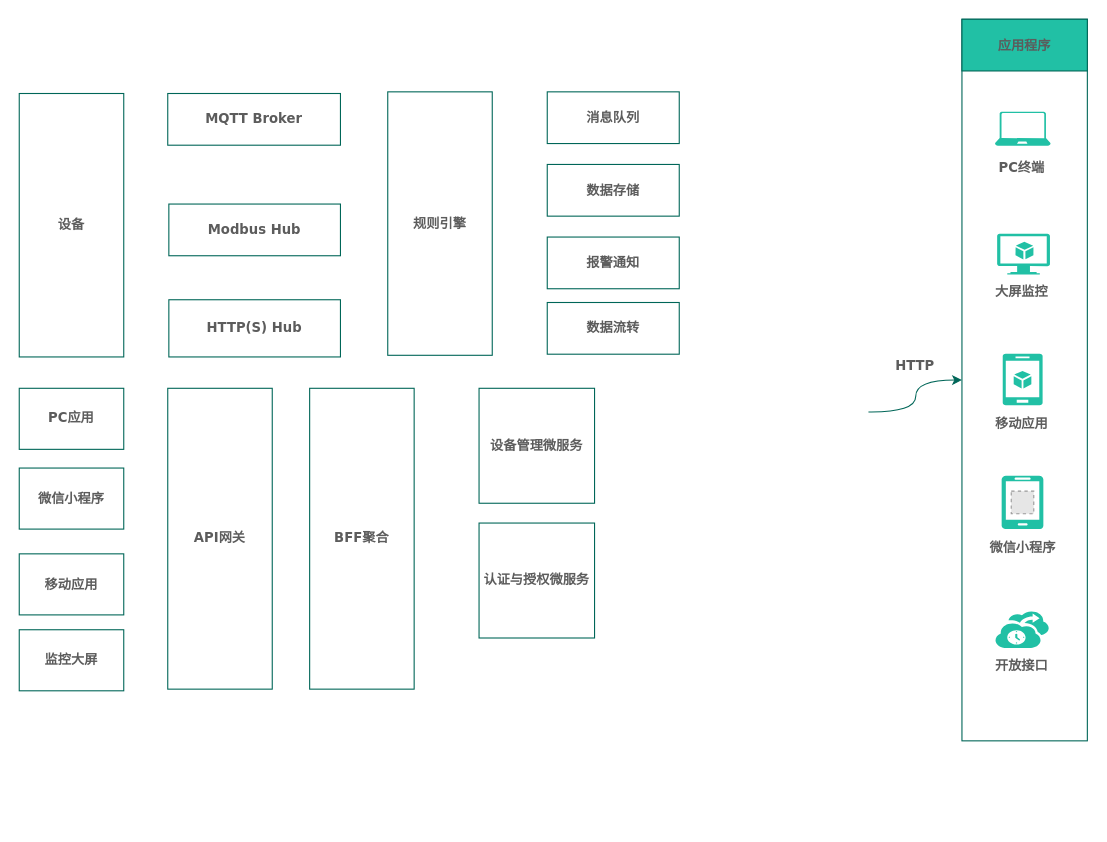
bit365/diagrams keeps this draw.io diagram as page "软件架构图" (2 of 3) of 零度架构.drawio. Above is the earlier version. Source tidied: cells renumbered, new cells numbered last; positions are measured from the earlier drawing's top-left corner, leaving out a move shared by most shapes. Both pictures are drawn from the tidied source at 110%, with x=0, y=0 at pixel (19, 19). Pictures stored in the file or linked from it are replaced by grey dashed boxes.
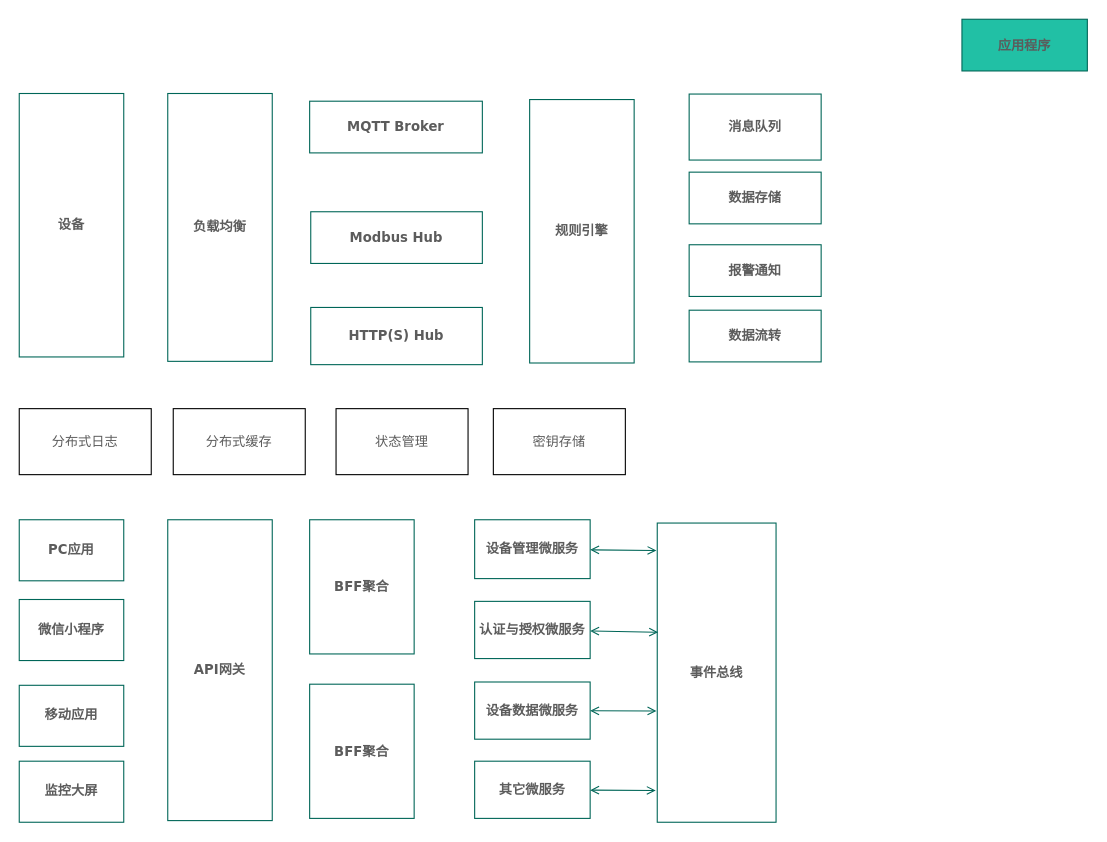
The same page after the edit.

Commit message (it also covers changes not shown here):
更新零度架构.drawio

Change to the diagram source:
```diff
@@
-    <mxCell id="2" style="edgeStyle=orthogonalEdgeStyle;rounded=0;jettySize=auto;html=1;entryX=0;entryY=0.5;entryDx=0;entryDy=0;fontStyle=1;fontFamily=Verdana;curved=1;strokeColor=#006658;fontColor=#5C5C5C;sketch=0;" parent="1" edge="1" target="3">
-      <mxGeometry relative="1" as="geometry">
-        <mxPoint x="772" y="357" as="sourcePoint" />
-      </mxGeometry>
-    </mxCell>
-    <mxCell id="3" style="rounded=0;whiteSpace=wrap;html=1;fontFamily=Verdana;fontSize=12;fillColor=none;labelBorderColor=#A9C4EB;fontStyle=1;strokeColor=#006658;fontColor=#5C5C5C;sketch=0;" parent="1" vertex="1">
-      <mxGeometry x="857" width="114" height="656" as="geometry" />
-    </mxCell>
-    <mxCell id="4" value="微信小程序" style="text;html=1;align=center;verticalAlign=middle;fillColor=none;strokeColor=none;rounded=0;fontFamily=Verdana;fontSize=12;fontStyle=1;fontColor=#5C5C5C;sketch=0;" parent="1" vertex="1">
-      <mxGeometry x="873.3" y="468" width="78" height="26" as="geometry" />
-    </mxCell>
-    <mxCell id="5" value="移动应用" style="text;html=1;align=center;verticalAlign=middle;fillColor=none;strokeColor=none;rounded=0;fontFamily=Verdana;fontSize=12;fontStyle=1;fontColor=#5C5C5C;sketch=0;" parent="1" vertex="1">
-      <mxGeometry x="878" y="355" width="66" height="26" as="geometry" />
-    </mxCell>
-    <mxCell id="6" style="verticalLabelPosition=bottom;html=1;verticalAlign=top;align=center;strokeColor=none;shape=mxgraph.azure.virtual_machine_feature;rounded=0;fontStyle=1;fontFamily=Verdana;fillColor=#21C0A5;fontColor=#5C5C5C;sketch=0;" parent="1" vertex="1">
-      <mxGeometry x="889" y="195" width="48" height="37" as="geometry" />
-    </mxCell>
-    <mxCell id="7" style="verticalLabelPosition=bottom;html=1;verticalAlign=top;align=center;strokeColor=none;shape=mxgraph.azure.mobile_services;rounded=0;fontStyle=1;fontFamily=Verdana;fillColor=#21C0A5;fontColor=#5C5C5C;sketch=0;" parent="1" vertex="1">
-      <mxGeometry x="894" y="304" width="36.4" height="47" as="geometry" />
-    </mxCell>
-    <mxCell id="8" style="verticalLabelPosition=bottom;html=1;verticalAlign=top;align=center;strokeColor=none;shape=mxgraph.azure.laptop;rounded=0;fontStyle=1;fontFamily=Verdana;fillColor=#21C0A5;fontColor=#5C5C5C;sketch=0;" parent="1" vertex="1">
-      <mxGeometry x="887" y="84" width="50.6" height="31" as="geometry" />
-    </mxCell>
-    <mxCell id="9" value="PC终端" style="text;html=1;align=center;verticalAlign=middle;fillColor=none;strokeColor=none;rounded=0;fontFamily=Verdana;fontSize=12;fontStyle=1;fontColor=#5C5C5C;sketch=0;" parent="1" vertex="1">
-      <mxGeometry x="881.5" y="122" width="59" height="26" as="geometry" />
-    </mxCell>
-    <mxCell id="10" value="大屏监控" style="text;html=1;align=center;verticalAlign=middle;fillColor=none;strokeColor=none;rounded=0;fontFamily=Verdana;fontSize=12;fontStyle=1;fontColor=#5C5C5C;sketch=0;" parent="1" vertex="1">
-      <mxGeometry x="878" y="235" width="66" height="26" as="geometry" />
-    </mxCell>
-    <mxCell id="11" style="verticalLabelPosition=bottom;html=1;verticalAlign=top;align=center;strokeColor=none;shape=mxgraph.azure.backup_service;rounded=0;fontStyle=1;fontFamily=Verdana;fillColor=#21C0A5;fontColor=#5C5C5C;sketch=0;" parent="1" vertex="1">
-      <mxGeometry x="886.9" y="537.5" width="49.3" height="34" as="geometry" />
-    </mxCell>
-    <mxCell id="12" value="开放接口" style="text;html=1;align=center;verticalAlign=middle;fillColor=none;strokeColor=none;rounded=0;fontFamily=Verdana;fontSize=12;fontStyle=1;fontColor=#5C5C5C;sketch=0;" parent="1" vertex="1">
-      <mxGeometry x="878" y="575" width="66" height="26" as="geometry" />
-    </mxCell>
     <mxCell id="13" value="MQTT Broker" style="rounded=0;whiteSpace=wrap;html=1;fontStyle=1;fontFamily=Verdana;fillColor=none;strokeColor=#006658;fontColor=#5C5C5C;sketch=0;" parent="1" vertex="1">
-      <mxGeometry x="135" y="67.5" width="157" height="47" as="geometry" />
+      <mxGeometry x="264" y="74.5" width="157" height="47" as="geometry" />
     </mxCell>
     <mxCell id="14" value="Modbus Hub" style="rounded=0;whiteSpace=wrap;html=1;fontStyle=1;fontFamily=Verdana;fillColor=none;strokeColor=#006658;fontColor=#5C5C5C;sketch=0;" parent="1" vertex="1">
-      <mxGeometry x="136" y="168" width="156" height="47" as="geometry" />
+      <mxGeometry x="265" y="175" width="156" height="47" as="geometry" />
     </mxCell>
     <mxCell id="15" value="HTTP(S) Hub" style="rounded=0;whiteSpace=wrap;html=1;fontStyle=1;fontFamily=Verdana;fillColor=none;strokeColor=#006658;fontColor=#5C5C5C;sketch=0;" parent="1" vertex="1">
-      <mxGeometry x="136" y="255" width="156" height="52" as="geometry" />
+      <mxGeometry x="265" y="262" width="156" height="52" as="geometry" />
     </mxCell>
     <mxCell id="16" value="规则引擎" style="rounded=0;whiteSpace=wrap;html=1;fontStyle=1;fontFamily=Verdana;fillColor=none;strokeColor=#006658;fontColor=#5C5C5C;sketch=0;" parent="1" vertex="1">
-      <mxGeometry x="335" y="66" width="95" height="239.5" as="geometry" />
+      <mxGeometry x="464" y="73" width="95" height="239.5" as="geometry" />
     </mxCell>
-    <mxCell id="17" value="HTTP" style="text;html=1;align=center;verticalAlign=middle;strokeColor=none;fillColor=none;rounded=0;fontStyle=1;fontFamily=Verdana;fontColor=#5C5C5C;sketch=0;" parent="1" vertex="1">
-      <mxGeometry x="787" y="302" width="53" height="26" as="geometry" />
-    </mxCell>
@@
-    <mxCell id="19" style="group;fontColor=#5C5C5C;sketch=0;" parent="1" vertex="1">
-      <mxGeometry x="893" y="415" width="38" height="48.5" as="geometry" />
-    </mxCell>
-    <mxCell id="20" style="fillColor=#E6E6E6;strokeColor=#999999;dashed=1;html=1;verticalAlign=top;verticalLabelPosition=bottom;fontStyle=1;fontFamily=Verdana;fontColor=#5C5C5C;" parent="19" vertex="1">
-      <mxGeometry x="8.8" y="14" width="20.5" height="20.5" as="geometry" />
-    </mxCell>
-    <mxCell id="21" style="verticalLabelPosition=bottom;html=1;verticalAlign=top;align=center;strokeColor=none;shape=mxgraph.azure.mobile;fillStyle=auto;fontFamily=Verdana;fillColor=#21C0A5;fontColor=#5C5C5C;sketch=0;" parent="19" vertex="1">
-      <mxGeometry width="38" height="48.5" as="geometry" />
-    </mxCell>
     <mxCell id="22" value="数据存储" style="rounded=0;whiteSpace=wrap;html=1;fontStyle=1;fontFamily=Verdana;fillColor=none;strokeColor=#006658;fontColor=#5C5C5C;sketch=0;" parent="1" vertex="1">
-      <mxGeometry x="480" y="132" width="120" height="47" as="geometry" />
+      <mxGeometry x="609" y="139" width="120" height="47" as="geometry" />
     </mxCell>
     <mxCell id="23" value="消息队列" style="rounded=0;whiteSpace=wrap;html=1;fontStyle=1;fontFamily=Verdana;fillColor=none;strokeColor=#006658;fontColor=#5C5C5C;sketch=0;" parent="1" vertex="1">
-      <mxGeometry x="480" y="66" width="120" height="47" as="geometry" />
+      <mxGeometry x="609" y="68" width="120" height="60" as="geometry" />
     </mxCell>
     <mxCell id="24" value="报警通知" style="rounded=0;whiteSpace=wrap;html=1;fontStyle=1;fontFamily=Verdana;fillColor=none;strokeColor=#006658;fontColor=#5C5C5C;sketch=0;" parent="1" vertex="1">
-      <mxGeometry x="480" y="198" width="120" height="47" as="geometry" />
+      <mxGeometry x="609" y="205" width="120" height="47" as="geometry" />
     </mxCell>
     <mxCell id="25" value="数据流转" style="rounded=0;whiteSpace=wrap;html=1;fontStyle=1;fontFamily=Verdana;fillColor=none;strokeColor=#006658;fontColor=#5C5C5C;sketch=0;" parent="1" vertex="1">
-      <mxGeometry x="480" y="257.5" width="120" height="47" as="geometry" />
+      <mxGeometry x="609" y="264.5" width="120" height="47" as="geometry" />
     </mxCell>
@@
     <mxCell id="27" value="PC应用" style="rounded=0;whiteSpace=wrap;html=1;fontStyle=1;fontFamily=Verdana;fillColor=none;strokeColor=#006658;fontColor=#5C5C5C;sketch=0;" parent="1" vertex="1">
-      <mxGeometry y="335.5" width="95" height="55.5" as="geometry" />
+      <mxGeometry y="455" width="95" height="55.5" as="geometry" />
     </mxCell>
     <mxCell id="28" value="API网关" style="rounded=0;whiteSpace=wrap;html=1;fontStyle=1;fontFamily=Verdana;fillColor=none;strokeColor=#006658;fontColor=#5C5C5C;sketch=0;" parent="1" vertex="1">
-      <mxGeometry x="135" y="335.5" width="95" height="273.5" as="geometry" />
+      <mxGeometry x="135" y="455" width="95" height="273.5" as="geometry" />
     </mxCell>
     <mxCell id="29" value="微信小程序" style="rounded=0;whiteSpace=wrap;html=1;fontStyle=1;fontFamily=Verdana;fillColor=none;strokeColor=#006658;fontColor=#5C5C5C;sketch=0;" parent="1" vertex="1">
-      <mxGeometry y="408" width="95" height="55.5" as="geometry" />
+      <mxGeometry y="527.5" width="95" height="55.5" as="geometry" />
     </mxCell>
     <mxCell id="30" value="移动应用" style="rounded=0;whiteSpace=wrap;html=1;fontStyle=1;fontFamily=Verdana;fillColor=none;strokeColor=#006658;fontColor=#5C5C5C;sketch=0;" parent="1" vertex="1">
-      <mxGeometry y="486" width="95" height="55.5" as="geometry" />
+      <mxGeometry y="605.5" width="95" height="55.5" as="geometry" />
     </mxCell>
     <mxCell id="31" value="监控大屏" style="rounded=0;whiteSpace=wrap;html=1;fontStyle=1;fontFamily=Verdana;fillColor=none;strokeColor=#006658;fontColor=#5C5C5C;sketch=0;" parent="1" vertex="1">
-      <mxGeometry y="555" width="95" height="55.5" as="geometry" />
+      <mxGeometry y="674.5" width="95" height="55.5" as="geometry" />
     </mxCell>
     <mxCell id="32" value="BFF聚合" style="rounded=0;whiteSpace=wrap;html=1;fontStyle=1;fontFamily=Verdana;fillColor=none;strokeColor=#006658;fontColor=#5C5C5C;sketch=0;" parent="1" vertex="1">
-      <mxGeometry x="264" y="335.5" width="95" height="273.5" as="geometry" />
+      <mxGeometry x="264" y="455" width="95" height="122" as="geometry" />
     </mxCell>
+    <mxCell id="35" style="edgeStyle=none;rounded=0;jumpStyle=gap;jettySize=auto;html=1;entryX=-0.007;entryY=0.092;entryDx=0;entryDy=0;entryPerimeter=0;fontColor=#5C5C5C;startArrow=open;startFill=0;endArrow=open;endFill=0;strokeColor=#006658;strokeWidth=1;fillColor=#21C0A5;" parent="1" edge="1" source="33" target="42">
+      <mxGeometry relative="1" as="geometry" />
+    </mxCell>
     <mxCell id="33" value="设备管理微服务" style="rounded=0;whiteSpace=wrap;html=1;fontStyle=1;fontFamily=Verdana;fillColor=none;strokeColor=#006658;fontColor=#5C5C5C;sketch=0;" parent="1" vertex="1">
-      <mxGeometry x="418" y="335.5" width="105" height="104.5" as="geometry" />
+      <mxGeometry x="414" y="455" width="105" height="53.5" as="geometry" />
     </mxCell>
+    <mxCell id="36" style="edgeStyle=none;rounded=0;jumpStyle=gap;jettySize=auto;html=1;entryX=0.007;entryY=0.365;entryDx=0;entryDy=0;entryPerimeter=0;fontColor=#5C5C5C;startArrow=open;startFill=0;endArrow=open;endFill=0;strokeColor=#006658;strokeWidth=1;fillColor=#21C0A5;" parent="1" edge="1" source="34" target="42">
+      <mxGeometry relative="1" as="geometry" />
+    </mxCell>
     <mxCell id="34" value="认证与授权微服务" style="rounded=0;whiteSpace=wrap;html=1;fontStyle=1;fontFamily=Verdana;fillColor=none;strokeColor=#006658;fontColor=#5C5C5C;sketch=0;" parent="1" vertex="1">
-      <mxGeometry x="418" y="458" width="105" height="104.5" as="geometry" />
+      <mxGeometry x="414" y="529.2" width="105" height="52" as="geometry" />
     </mxCell>
+    <mxCell id="37" style="edgeStyle=none;rounded=0;jumpStyle=gap;jettySize=auto;html=1;entryX=-0.013;entryY=0.894;entryDx=0;entryDy=0;entryPerimeter=0;fontColor=#5C5C5C;startArrow=open;startFill=0;endArrow=open;endFill=0;strokeColor=#006658;strokeWidth=1;fillColor=#21C0A5;" parent="1" edge="1" source="38" target="42">
+      <mxGeometry relative="1" as="geometry" />
+    </mxCell>
+    <mxCell id="38" value="其它微服务" style="rounded=0;whiteSpace=wrap;html=1;fontStyle=1;fontFamily=Verdana;fillColor=none;strokeColor=#006658;fontColor=#5C5C5C;sketch=0;" parent="1" vertex="1">
+      <mxGeometry x="414" y="674.5" width="105" height="52" as="geometry" />
+    </mxCell>
+    <mxCell id="39" value="负载均衡" style="rounded=0;whiteSpace=wrap;html=1;fontStyle=1;fontFamily=Verdana;fillColor=none;strokeColor=#006658;fontColor=#5C5C5C;sketch=0;" parent="1" vertex="1">
+      <mxGeometry x="135" y="67.5" width="95" height="243.5" as="geometry" />
+    </mxCell>
+    <mxCell id="40" style="edgeStyle=none;rounded=0;jumpStyle=gap;jettySize=auto;html=1;entryX=-0.007;entryY=0.628;entryDx=0;entryDy=0;entryPerimeter=0;fontColor=#5C5C5C;startArrow=open;startFill=0;endArrow=open;endFill=0;strokeColor=#006658;strokeWidth=1;fillColor=#21C0A5;" parent="1" edge="1" source="41" target="42">
+      <mxGeometry relative="1" as="geometry" />
+    </mxCell>
+    <mxCell id="41" value="设备数据微服务" style="rounded=0;whiteSpace=wrap;html=1;fontStyle=1;fontFamily=Verdana;fillColor=none;strokeColor=#006658;fontColor=#5C5C5C;sketch=0;" parent="1" vertex="1">
+      <mxGeometry x="414" y="602.5" width="105" height="52" as="geometry" />
+    </mxCell>
+    <mxCell id="42" value="事件总线" style="rounded=0;whiteSpace=wrap;html=1;fontStyle=1;fontFamily=Verdana;fillColor=none;strokeColor=#006658;fontColor=#5C5C5C;sketch=0;" parent="1" vertex="1">
+      <mxGeometry x="580" y="458" width="108" height="272" as="geometry" />
+    </mxCell>
+    <mxCell id="43" value="BFF聚合" style="rounded=0;whiteSpace=wrap;html=1;fontStyle=1;fontFamily=Verdana;fillColor=none;strokeColor=#006658;fontColor=#5C5C5C;sketch=0;" parent="1" vertex="1">
+      <mxGeometry x="264" y="604.5" width="95" height="122" as="geometry" />
+    </mxCell>
+    <mxCell id="44" value="分布式日志" style="rounded=0;whiteSpace=wrap;html=1;fontColor=#5C5C5C;strokeColor=default;fillColor=none;" parent="1" vertex="1">
+      <mxGeometry y="354" width="120" height="60" as="geometry" />
+    </mxCell>
+    <mxCell id="45" value="分布式缓存" style="rounded=0;whiteSpace=wrap;html=1;fontColor=#5C5C5C;strokeColor=default;fillColor=none;" parent="1" vertex="1">
+      <mxGeometry x="140" y="354" width="120" height="60" as="geometry" />
+    </mxCell>
+    <mxCell id="46" value="状态管理" style="rounded=0;whiteSpace=wrap;html=1;fontColor=#5C5C5C;strokeColor=default;fillColor=none;" parent="1" vertex="1">
+      <mxGeometry x="288" y="354" width="120" height="60" as="geometry" />
+    </mxCell>
+    <mxCell id="47" value="密钥存储" style="rounded=0;whiteSpace=wrap;html=1;fontColor=#5C5C5C;strokeColor=default;fillColor=none;" parent="1" vertex="1">
+      <mxGeometry x="431" y="354" width="120" height="60" as="geometry" />
+    </mxCell>
```
